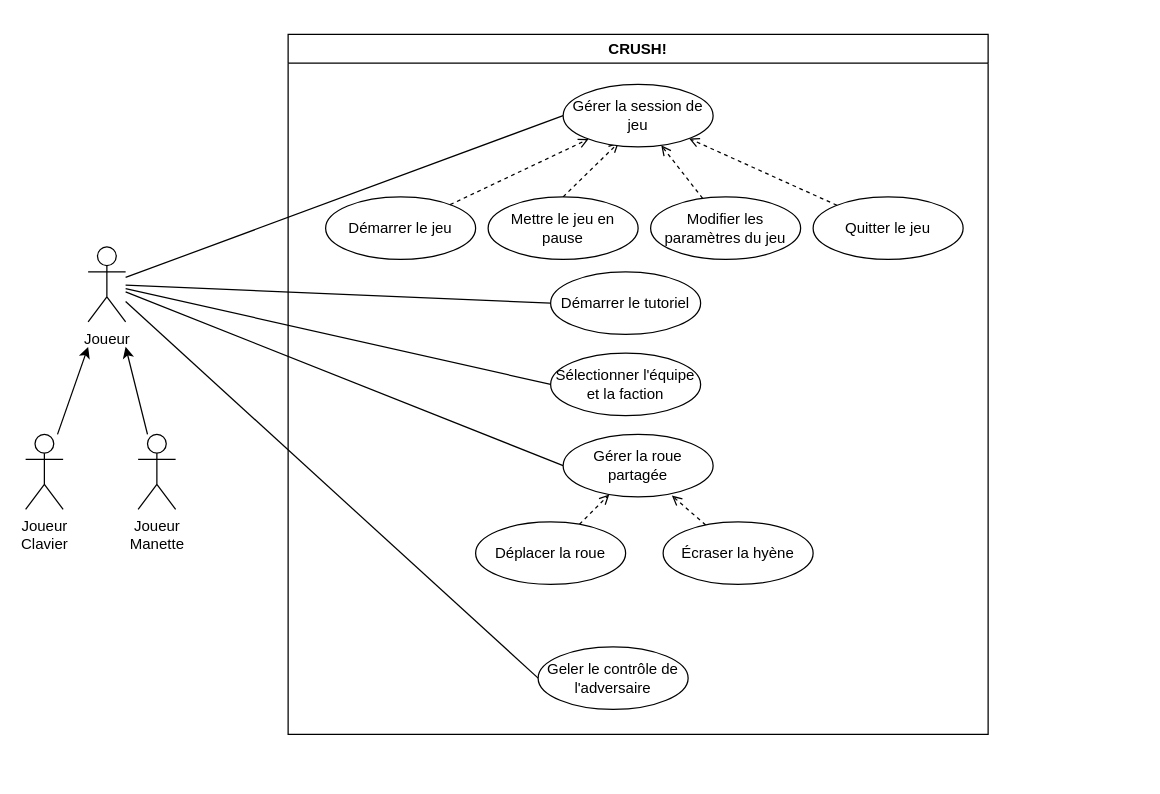
This is UseCaseDiagram.drawio from nsy115-11404f/modelisation, a draw.io file, before an edit. Source tidied: cells renumbered, new cells numbered last; positions are measured from the earlier drawing's top-left corner, leaving out a move shared by most shapes. Both pictures are drawn from the tidied source at 125%, with x=0, y=0 at pixel (25, 34).
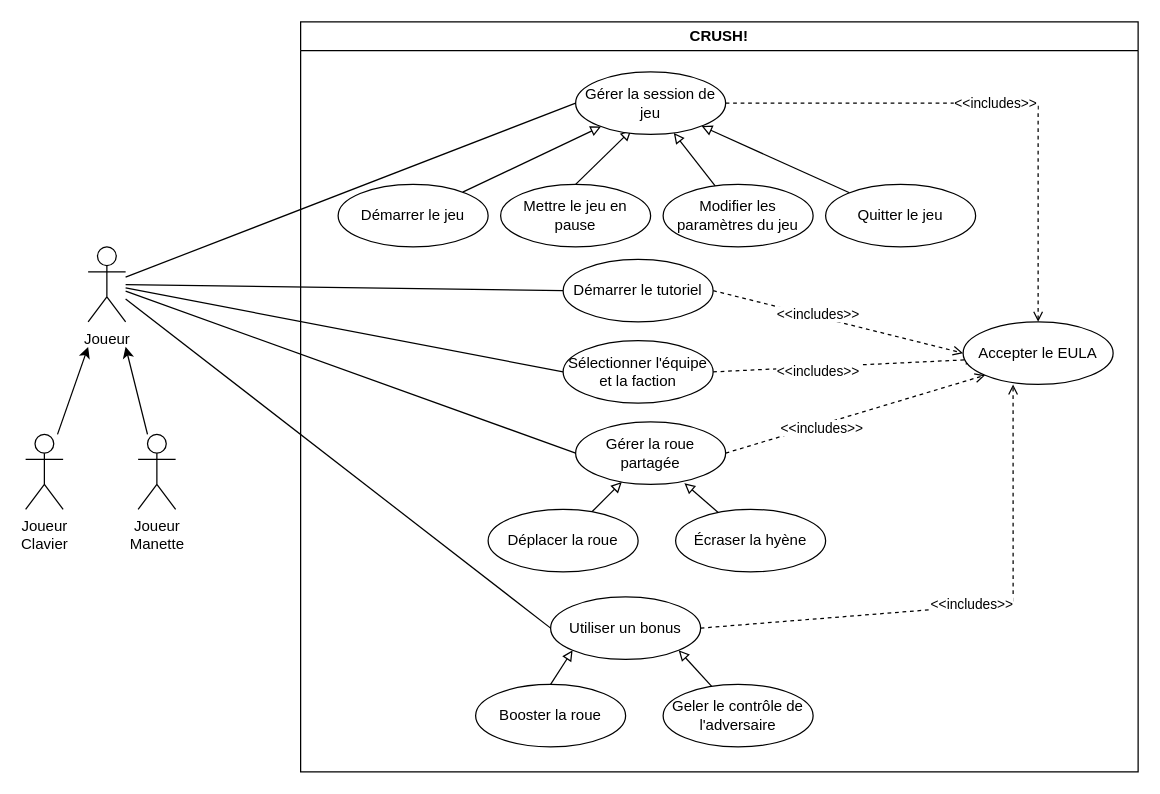
After the change.

Unchanged cells that the change refers to:
```xml
<mxCell id="7" value="Joueur" style="shape=umlActor;verticalLabelPosition=bottom;verticalAlign=top;html=1;outlineConnect=0;" parent="1" vertex="1">
  <mxGeometry x="50" y="170" width="30" height="60" as="geometry" />
</mxCell>
<mxCell id="9" value="Démarrer le tutoriel" style="ellipse;whiteSpace=wrap;html=1;" parent="8" vertex="1">
  <mxGeometry x="210" y="190" width="120" height="50" as="geometry" />
</mxCell>
<mxCell id="11" value="Écraser la hyène" style="ellipse;whiteSpace=wrap;html=1;" parent="8" vertex="1">
  <mxGeometry x="300" y="390" width="120" height="50" as="geometry" />
</mxCell>
<mxCell id="13" value="Sélectionner l'équipe et la faction" style="ellipse;whiteSpace=wrap;html=1;" parent="8" vertex="1">
  <mxGeometry x="210" y="255" width="120" height="50" as="geometry" />
</mxCell>
<mxCell id="15" value="Modifier les paramètres du jeu" style="ellipse;whiteSpace=wrap;html=1;" parent="8" vertex="1">
  <mxGeometry x="290" y="130" width="120" height="50" as="geometry" />
</mxCell>
<mxCell id="17" value="Déplacer la roue" style="ellipse;whiteSpace=wrap;html=1;" parent="8" vertex="1">
  <mxGeometry x="150" y="390" width="120" height="50" as="geometry" />
</mxCell>
<mxCell id="18" value="Gérer la roue partagée" style="ellipse;whiteSpace=wrap;html=1;" parent="8" vertex="1">
  <mxGeometry x="220" y="320" width="120" height="50" as="geometry" />
</mxCell>
<mxCell id="20" value="Mettre le jeu en pause" style="ellipse;whiteSpace=wrap;html=1;" parent="8" vertex="1">
  <mxGeometry x="160" y="130" width="120" height="50" as="geometry" />
</mxCell>
<mxCell id="22" value="Quitter le jeu" style="ellipse;whiteSpace=wrap;html=1;" parent="8" vertex="1">
  <mxGeometry x="420" y="130" width="120" height="50" as="geometry" />
</mxCell>
<mxCell id="23" value="Gérer la session de jeu" style="ellipse;whiteSpace=wrap;html=1;" parent="8" vertex="1">
  <mxGeometry x="220" y="40" width="120" height="50" as="geometry" />
</mxCell>
<mxCell id="24" value="Démarrer le jeu" style="ellipse;whiteSpace=wrap;html=1;" parent="8" vertex="1">
  <mxGeometry x="30" y="130" width="120" height="50" as="geometry" />
</mxCell>
```

The edit, as a diff of the source:
```diff
@@
-    <mxCell id="5" style="rounded=0;jettySize=auto;html=1;entryX=0;entryY=0.5;entryDx=0;entryDy=0;endArrow=none;startFill=0;" parent="1" edge="1" source="7" target="12">
+    <mxCell id="5" style="rounded=0;jettySize=auto;html=1;entryX=0;entryY=0.5;entryDx=0;entryDy=0;endArrow=none;startFill=0;" parent="1" edge="1" source="7" target="42">
       <mxGeometry relative="1" as="geometry" />
     </mxCell>
@@
     <mxCell id="8" value="CRUSH!" style="swimlane;whiteSpace=wrap;html=1;" parent="1" vertex="1">
-      <mxGeometry x="210" width="560" height="560" as="geometry" />
+      <mxGeometry x="220" y="-10" width="670" height="600" as="geometry" />
     </mxCell>
+    <mxCell id="30" style="rounded=0;jettySize=auto;html=1;exitX=1;exitY=0.5;exitDx=0;exitDy=0;entryX=0;entryY=0.5;entryDx=0;entryDy=0;dashed=1;endArrow=open;endFill=0;" parent="8" edge="1" source="9" target="39">
+      <mxGeometry relative="1" as="geometry" />
+    </mxCell>
+    <mxCell id="31" value="&amp;lt;&amp;lt;includes&amp;gt;&amp;gt;" style="edgeLabel;html=1;align=center;verticalAlign=middle;" parent="30" vertex="1">
+      <mxGeometry x="-0.17" y="2" relative="1" as="geometry" />
+    </mxCell>
@@
-    <mxCell id="10" style="rounded=0;jettySize=auto;html=1;entryX=0.725;entryY=0.98;entryDx=0;entryDy=0;endArrow=open;startFill=0;entryPerimeter=0;dashed=1;endFill=0;" parent="8" edge="1" source="11" target="18">
+    <mxCell id="10" style="rounded=0;jettySize=auto;html=1;entryX=0.725;entryY=0.98;entryDx=0;entryDy=0;endArrow=block;startFill=0;entryPerimeter=0;endFill=0;" parent="8" edge="1" source="11" target="18">
       <mxGeometry relative="1" as="geometry" />
     </mxCell>
@@
+    <mxCell id="32" style="rounded=0;jettySize=auto;html=1;entryX=1;entryY=1;entryDx=0;entryDy=0;endArrow=block;endFill=0;" parent="8" edge="1" source="12" target="42">
+      <mxGeometry relative="1" as="geometry" />
+    </mxCell>
     <mxCell id="12" value="Geler le contrôle de l'adversaire" style="ellipse;whiteSpace=wrap;html=1;" parent="8" vertex="1">
-      <mxGeometry x="200" y="490" width="120" height="50" as="geometry" />
+      <mxGeometry x="290" y="530" width="120" height="50" as="geometry" />
     </mxCell>
+    <mxCell id="33" style="rounded=0;jettySize=auto;html=1;exitX=1;exitY=0.5;exitDx=0;exitDy=0;dashed=1;endArrow=open;endFill=0;" parent="8" edge="1" source="13">
+      <mxGeometry relative="1" as="geometry">
+        <mxPoint x="540" y="270" as="targetPoint" />
+      </mxGeometry>
+    </mxCell>
+    <mxCell id="34" value="&amp;lt;&amp;lt;includes&amp;gt;&amp;gt;" style="edgeLabel;html=1;align=center;verticalAlign=middle;" parent="33" vertex="1">
+      <mxGeometry x="-0.21" y="-3" relative="1" as="geometry" />
+    </mxCell>
@@
-    <mxCell id="14" style="rounded=0;jettySize=auto;html=1;dashed=1;endArrow=open;endFill=0;" parent="8" edge="1" source="15" target="23">
+    <mxCell id="14" style="rounded=0;jettySize=auto;html=1;endArrow=block;endFill=0;" parent="8" edge="1" source="15" target="23">
       <mxGeometry relative="1" as="geometry" />
     </mxCell>
@@
-    <mxCell id="16" style="rounded=0;jettySize=auto;html=1;endArrow=open;startFill=0;dashed=1;endFill=0;" parent="8" edge="1" source="17" target="18">
+    <mxCell id="16" style="rounded=0;jettySize=auto;html=1;endArrow=block;startFill=0;endFill=0;" parent="8" edge="1" source="17" target="18">
       <mxGeometry relative="1" as="geometry" />
     </mxCell>
@@
+    <mxCell id="35" style="rounded=0;jettySize=auto;html=1;exitX=1;exitY=0.5;exitDx=0;exitDy=0;entryX=0;entryY=1;entryDx=0;entryDy=0;dashed=1;endArrow=open;endFill=0;" parent="8" edge="1" source="18" target="39">
+      <mxGeometry relative="1" as="geometry" />
+    </mxCell>
+    <mxCell id="36" value="&amp;lt;&amp;lt;includes&amp;gt;&amp;gt;" style="edgeLabel;html=1;align=center;verticalAlign=middle;" parent="35" vertex="1">
+      <mxGeometry x="-0.27" y="-2" relative="1" as="geometry" />
+    </mxCell>
@@
-    <mxCell id="19" style="rounded=0;jettySize=auto;html=1;exitX=0.5;exitY=0;exitDx=0;exitDy=0;entryX=0.371;entryY=0.93;entryDx=0;entryDy=0;dashed=1;entryPerimeter=0;endArrow=open;endFill=0;" parent="8" edge="1" source="20" target="23">
+    <mxCell id="19" style="rounded=0;jettySize=auto;html=1;exitX=0.5;exitY=0;exitDx=0;exitDy=0;entryX=0.371;entryY=0.93;entryDx=0;entryDy=0;entryPerimeter=0;endArrow=block;endFill=0;" parent="8" edge="1" source="20" target="23">
       <mxGeometry relative="1" as="geometry" />
     </mxCell>
@@
-    <mxCell id="21" style="rounded=0;jettySize=auto;html=1;dashed=1;endArrow=open;endFill=0;" parent="8" edge="1" source="22" target="23">
+    <mxCell id="21" style="rounded=0;jettySize=auto;html=1;endArrow=block;endFill=0;" parent="8" edge="1" source="22" target="23">
       <mxGeometry relative="1" as="geometry" />
     </mxCell>
@@
+    <mxCell id="37" style="edgeStyle=orthogonalEdgeStyle;rounded=0;jettySize=auto;html=1;exitX=1;exitY=0.5;exitDx=0;exitDy=0;dashed=1;endArrow=open;endFill=0;" parent="8" edge="1" source="23" target="39">
+      <mxGeometry relative="1" as="geometry" />
+    </mxCell>
+    <mxCell id="38" value="&amp;lt;&amp;lt;includes&amp;gt;&amp;gt;" style="edgeLabel;html=1;align=center;verticalAlign=middle;" parent="37" vertex="1">
+      <mxGeometry x="0.01" y="1" relative="1" as="geometry" />
+    </mxCell>
@@
-    <mxCell id="25" style="rounded=0;jettySize=auto;html=1;dashed=1;endArrow=open;endFill=0;" parent="8" edge="1" source="24" target="23">
+    <mxCell id="25" style="rounded=0;jettySize=auto;html=1;endArrow=block;endFill=0;" parent="8" edge="1" source="24" target="23">
       <mxGeometry relative="1" as="geometry" />
     </mxCell>
+    <mxCell id="39" value="Accepter le EULA" style="ellipse;whiteSpace=wrap;html=1;" parent="8" vertex="1">
+      <mxGeometry x="530" y="240" width="120" height="50" as="geometry" />
+    </mxCell>
+    <mxCell id="40" style="rounded=0;jettySize=auto;html=1;entryX=0.333;entryY=1;entryDx=0;entryDy=0;entryPerimeter=0;dashed=1;endArrow=open;endFill=0;exitX=1;exitY=0.5;exitDx=0;exitDy=0;" parent="8" edge="1" source="42" target="39">
+      <mxGeometry relative="1" as="geometry">
+        <Array as="points">
+          <mxPoint x="570" y="465" />
+        </Array>
+      </mxGeometry>
+    </mxCell>
+    <mxCell id="41" value="&amp;lt;&amp;lt;includes&amp;gt;&amp;gt;" style="edgeLabel;html=1;align=center;verticalAlign=middle;" parent="40" vertex="1">
+      <mxGeometry x="0.02" y="2" relative="1" as="geometry" />
+    </mxCell>
+    <mxCell id="42" value="Utiliser un bonus" style="ellipse;whiteSpace=wrap;html=1;" parent="8" vertex="1">
+      <mxGeometry x="200" y="460" width="120" height="50" as="geometry" />
+    </mxCell>
+    <mxCell id="43" style="rounded=0;jettySize=auto;html=1;exitX=0.5;exitY=0;exitDx=0;exitDy=0;entryX=0;entryY=1;entryDx=0;entryDy=0;endArrow=block;endFill=0;" parent="8" edge="1" source="44" target="42">
+      <mxGeometry relative="1" as="geometry" />
+    </mxCell>
+    <mxCell id="44" value="Booster la roue" style="ellipse;whiteSpace=wrap;html=1;" parent="8" vertex="1">
+      <mxGeometry x="140" y="530" width="120" height="50" as="geometry" />
+    </mxCell>
```
